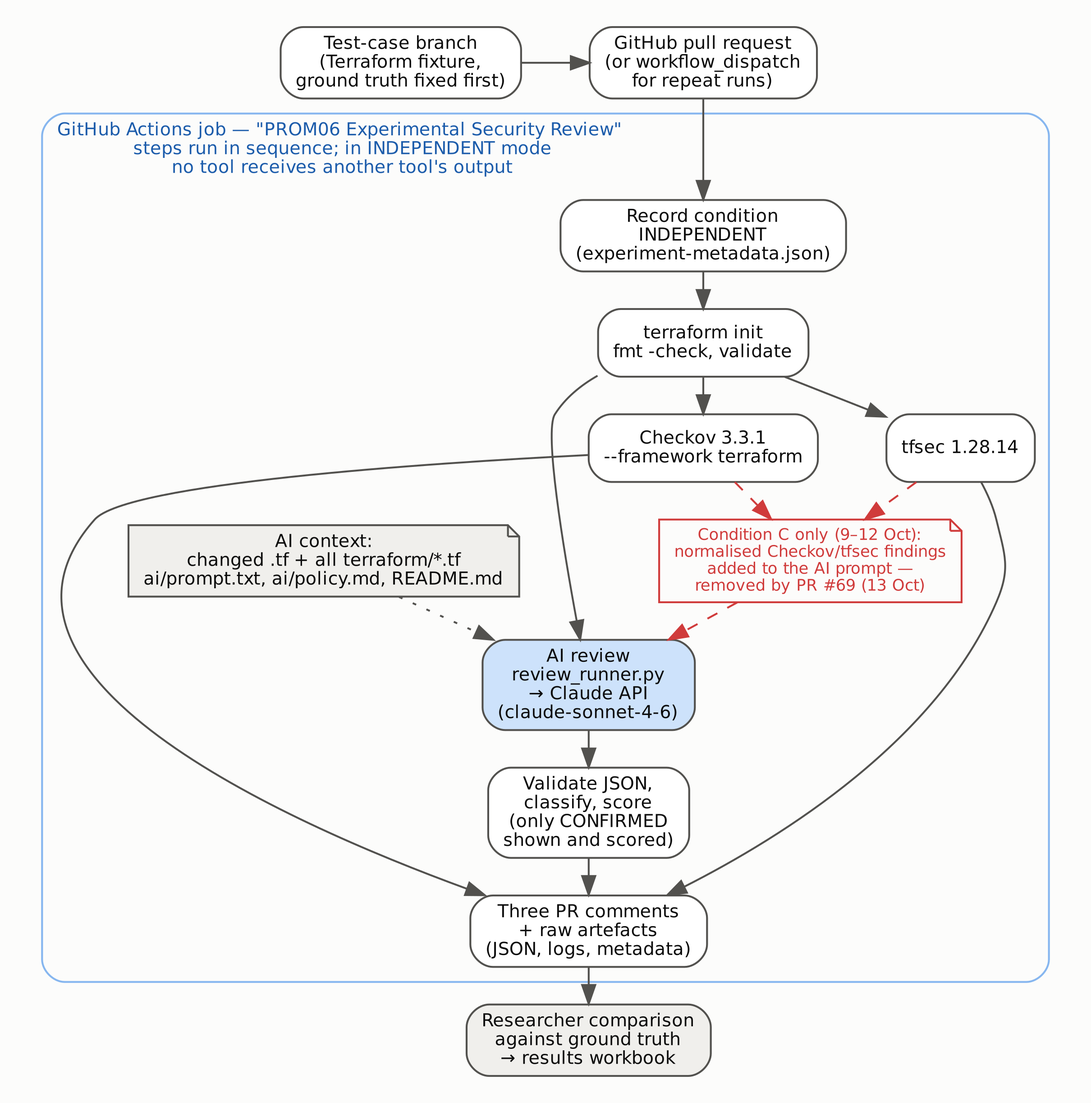
abdulwaheed384/ai-pr-review keeps this Graphviz diagram as evidence/prom06/figures/fig_architecture.png. Above is the earlier version. Its source is kept beside it as evidence/prom06/figures/fig_architecture.dot.
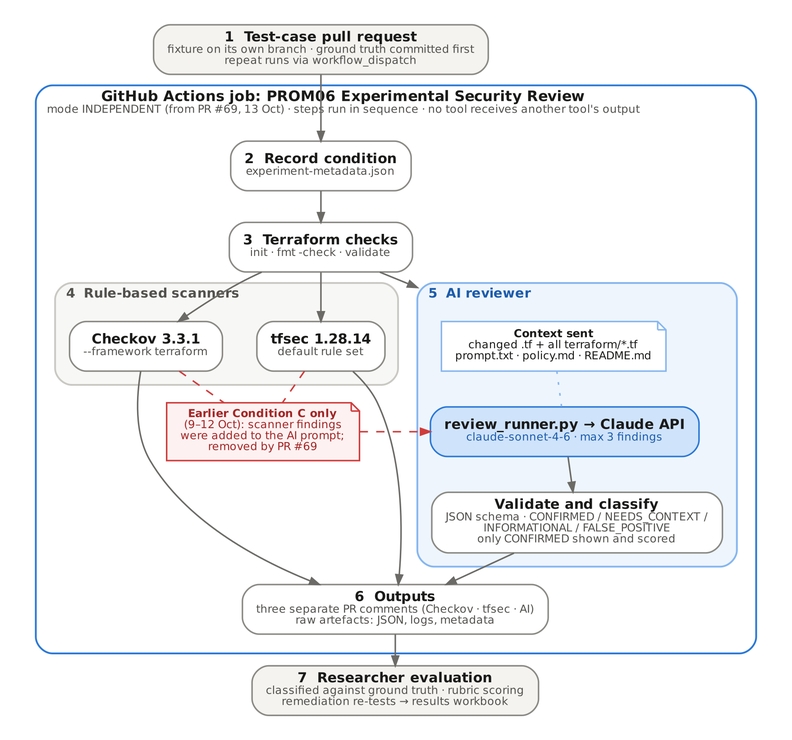
Above is the later version.

Commit message:
Redraw Figure 3.1 architecture diagram; rebuild dissertation

The edit, as a diff of the source:
```diff
@@ -1,33 +1,53 @@
 digraph G {
-  graph [rankdir=TB, fontname="DejaVu Sans", fontsize=10, bgcolor="#fcfcfb", nodesep=0.5, ranksep=0.28, pad=0.2];
-  node  [shape=box, style="rounded,filled", fillcolor="#ffffff", color="#52514e", fontname="DejaVu Sans", fontsize=9.5, fontcolor="#0b0b0b"];
-  edge  [color="#52514e", fontname="DejaVu Sans", fontsize=8, fontcolor="#52514e"];
+  graph [rankdir=TB, fontname="DejaVu Sans", bgcolor="#ffffff", nodesep=0.35, ranksep=0.32, pad=0.25, compound=true, newrank=true, ordering=out, splines=spline];
+  node  [shape=box, style="rounded,filled", fillcolor="#ffffff", color="#8a8984", penwidth=1.1, fontname="DejaVu Sans", fontsize=10, fontcolor="#1a1a19", margin="0.14,0.07"];
+  edge  [color="#6b6a66", penwidth=1.1, arrowsize=0.7, fontname="DejaVu Sans", fontsize=8.5];
 
-  dev  [label="Test-case branch\n(Terraform fixture,\nground truth fixed first)"];
-  pr   [label="GitHub pull request\n(or workflow_dispatch\nfor repeat runs)"];
+  trig [label=<<b>1  Test-case pull request</b><br/><font point-size="8.5" color="#52514e">fixture on its own branch · ground truth committed first<br/>repeat runs via workflow_dispatch</font>>, fillcolor="#f4f3f0"];
+
   subgraph cluster_job {
-    label="GitHub Actions job — \"PROM06 Experimental Security Review\" \nsteps run in sequence; in INDEPENDENT mode\nno tool receives another tool's output";
-    fontsize=9.5; color="#86b6ef"; style="rounded"; fontcolor="#1c5cab"; labelloc="t"; labeljust="l";
-    cond [label="Record condition\nINDEPENDENT\n(experiment-metadata.json)"];
-    tfv  [label="terraform init\nfmt -check, validate"];
-    ck   [label="Checkov 3.3.1\n--framework terraform"];
-    ts   [label="tfsec 1.28.14"];
-    ai   [label="AI review\nreview_runner.py\n→ Claude API\n(claude-sonnet-4-6)", fillcolor="#cde2fb"];
-    ctx  [label="AI context:\nchanged .tf + all terraform/*.tf\nai/prompt.txt, ai/policy.md, README.md", shape=note, fillcolor="#f0efec"];
-    val  [label="Validate JSON,\nclassify, score\n(only CONFIRMED\nshown and scored)"];
-    out  [label="Three PR comments\n+ raw artefacts\n(JSON, logs, metadata)"];
-    cond -> tfv; tfv -> ck; tfv -> ts; tfv -> ai; ai -> val;
+    label=<<b>GitHub Actions job: PROM06 Experimental Security Review</b><br/><font point-size="8.5" color="#52514e">mode INDEPENDENT (from PR #69, 13 Oct) · steps run in sequence · no tool receives another tool's output</font>>;
+    labeljust="l"; fontsize=10.5; fontcolor="#1a1a19"; color="#2a78d6"; penwidth=1.3; style="rounded"; margin=14;
+
+    cond [label=<<b>2  Record condition</b><br/><font point-size="8.5" color="#52514e">experiment-metadata.json</font>>];
+    tf   [label=<<b>3  Terraform checks</b><br/><font point-size="8.5" color="#52514e">init · fmt -check · validate</font>>];
+
+    subgraph cluster_scan {
+      label=<<b>4  Rule-based scanners</b>>; labeljust="l"; fontsize=9.5; fontcolor="#52514e";
+      style="rounded,filled"; fillcolor="#f7f7f5"; color="#c9c8c3"; margin=10;
+      ck [label=<<b>tfsec 1.28.14</b><br/><font point-size="8.5" color="#52514e">default rule set</font>>];
+      ts [label=<<b>Checkov 3.3.1</b><br/><font point-size="8.5" color="#52514e">--framework terraform</font>>];
+    }
+
+    subgraph cluster_ai {
+      label=<<b>5  AI reviewer</b>>; labeljust="l"; fontsize=9.5; fontcolor="#1c5cab";
+      style="rounded,filled"; fillcolor="#eef5fd"; color="#86b6ef"; margin=10;
+      ctx [shape=note, style="filled", fillcolor="#ffffff", color="#86b6ef", label=<<font point-size="8.5"><b>Context sent</b><br/>changed .tf + all terraform/*.tf<br/>prompt.txt · policy.md · README.md</font>>];
+      ai  [label=<<b>review_runner.py → Claude API</b><br/><font point-size="8.5" color="#1c5cab">claude-sonnet-4-6 · max 3 findings</font>>, fillcolor="#cfe3fb", color="#2a78d6"];
+      val [label=<<b>Validate and classify</b><br/><font point-size="8.5" color="#52514e">JSON schema · CONFIRMED / NEEDS_CONTEXT /<br/>INFORMATIONAL / FALSE_POSITIVE<br/>only CONFIRMED shown and scored</font>>];
+      ctx -> ai [style=dotted, arrowhead=none, color="#86b6ef"];
+      ai -> val;
+    }
+
+
+    cc [shape=note, style="filled", fillcolor="#fdf1f1", color="#d03b3b", fontcolor="#a32626",
+        label=<<font point-size="8.5"><b>Earlier Condition C only</b><br/>(9–12 Oct): scanner findings<br/>were added to the AI prompt;<br/>removed by PR #69</font>>];
+    ck -> cc [style=dashed, color="#d03b3b", arrowhead=none];
+    ts -> cc [style=dashed, color="#d03b3b", arrowhead=none];
+    cc -> ai [style=dashed, color="#d03b3b"];
+
+    out [label=<<b>6  Outputs</b><br/><font point-size="8.5" color="#52514e">three separate PR comments (Checkov · tfsec · AI)<br/>raw artefacts: JSON, logs, metadata</font>>];
+
+    cond -> tf;
+    tf -> ts; tf -> ck; tf -> ctx [lhead=cluster_ai];
+    ck -> ts [style=invis, constraint=false];
     ck -> out; ts -> out; val -> out;
-    {rank=same; ck; ts;}
-    cc [label="Condition C only (9–12 Oct):\nnormalised Checkov/tfsec findings\nadded to the AI prompt —\nremoved by PR #69 (13 Oct)", shape=note, fontcolor="#d03b3b", color="#d03b3b", fillcolor="#fcfcfb", fontsize=8.5];
-    ck -> cc [style=dashed, color="#d03b3b"]; ts -> cc [style=dashed, color="#d03b3b"]; cc -> ai [style=dashed, color="#d03b3b"];
-    {rank=same; cc; ctx;}
+  }
 
-    ctx -> ai [style=dotted];
-  }
-  gt   [label="Researcher comparison\nagainst ground truth\n→ results workbook", fillcolor="#f0efec"];
-  dev -> pr -> cond;
-  {rank=same; dev; pr;}
-  out -> gt;
+  gt [label=<<b>7  Researcher evaluation</b><br/><font point-size="8.5" color="#52514e">classified against ground truth · rubric scoring<br/>remediation re-tests → results workbook</font>>, fillcolor="#f4f3f0"];
+
+  trig -> cond; out -> gt;
+  {rank=same; ck; ts; ctx;}
+  {rank=same; cc; ai;}
 
 }
```
